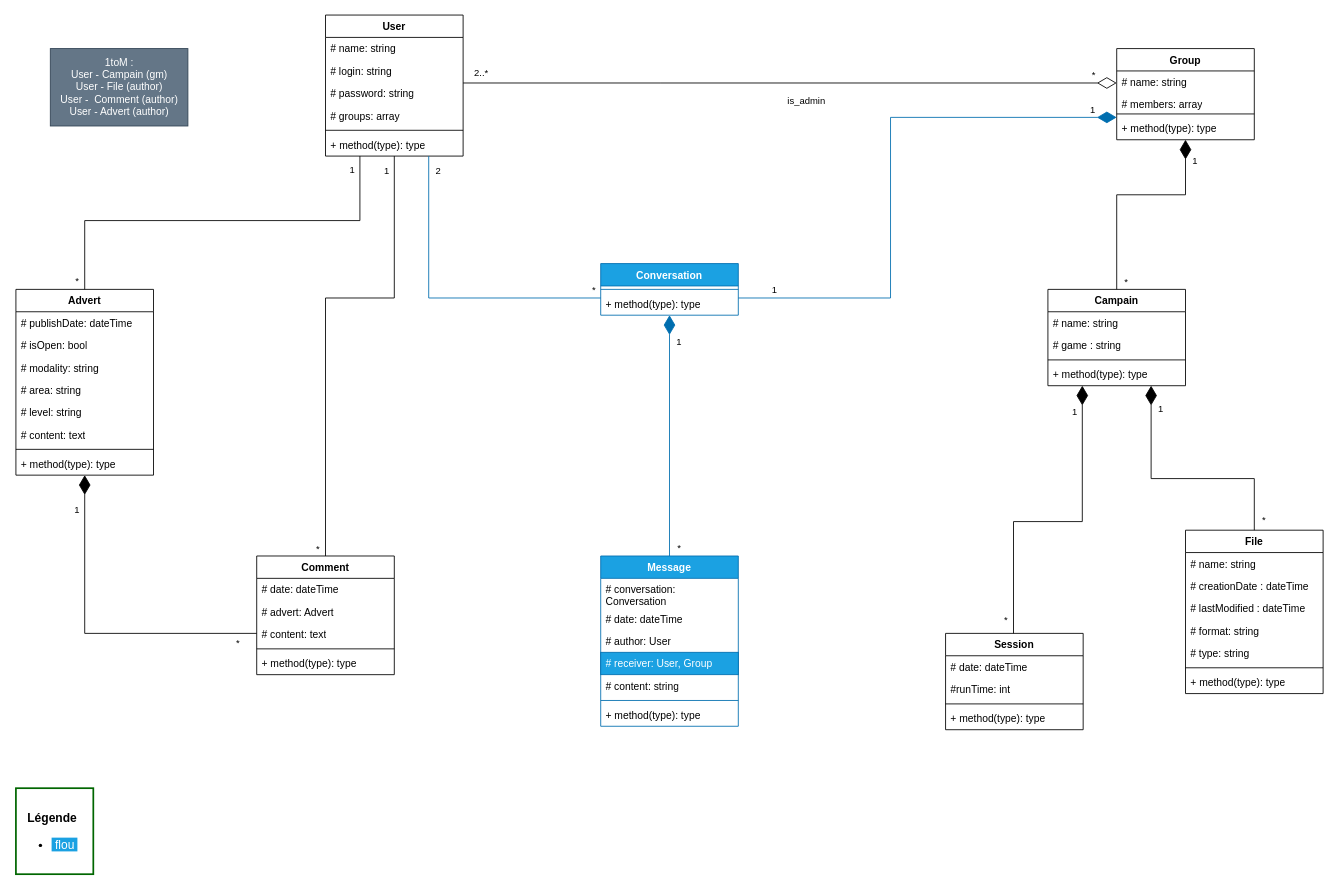
Before: page "UML_old" (4 of 4) of Documentation/Diagrames.drawio in ThreeLeggedDuckling/I3WAD_SymfonyProject, a draw.io diagram. Source tidied: cells renumbered, new cells numbered last; positions are measured from the earlier drawing's top-left corner, leaving out a move shared by most shapes. Both pictures are drawn from the tidied source at 86%, with x=0, y=0 at pixel (15, 15).
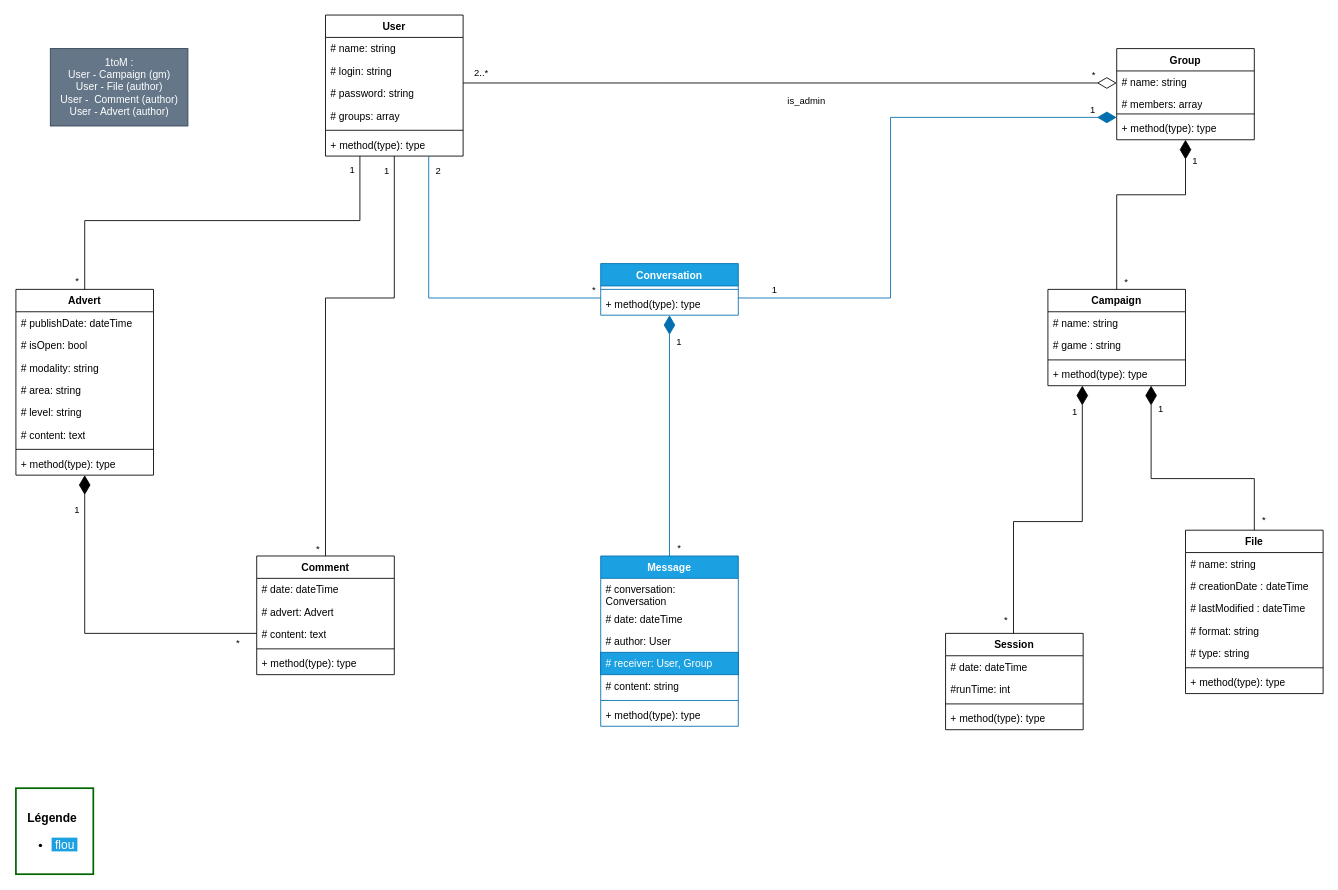
After the change.

Commit message (it also covers changes not shown here):
spellcorr campaign

Change to the diagram source:
```diff
@@
-    <mxCell id="14" value="Campain" style="swimlane;fontStyle=1;align=center;verticalAlign=top;horizontal=1;startSize=26;whiteSpace=wrap;html=1;" parent="1" vertex="1">
+    <mxCell id="14" value="Campaign" style="swimlane;fontStyle=1;align=center;verticalAlign=top;horizontal=1;startSize=26;whiteSpace=wrap;html=1;" parent="1" vertex="1">
       <mxGeometry x="1200" y="319" width="160" height="112" as="geometry" />
     </mxCell>
@@
-    <mxCell id="90" value="1toM :&lt;br&gt;User - Campain (gm)&lt;br&gt;User - File (author)&lt;br&gt;User -&amp;nbsp; Comment (author)&lt;br&gt;User - Advert (author)" style="text;html=1;align=center;verticalAlign=middle;strokeColor=#314354;fillColor=#647687;fontColor=#ffffff;" parent="1" vertex="1">
+    <mxCell id="90" value="1toM :&lt;br&gt;User - Campaign (gm)&lt;br&gt;User - File (author)&lt;br&gt;User -&amp;nbsp; Comment (author)&lt;br&gt;User - Advert (author)" style="text;html=1;align=center;verticalAlign=middle;strokeColor=#314354;fillColor=#647687;fontColor=#ffffff;" parent="1" vertex="1">
       <mxGeometry x="40" y="39" width="160" height="90" as="geometry" />
     </mxCell>
```
